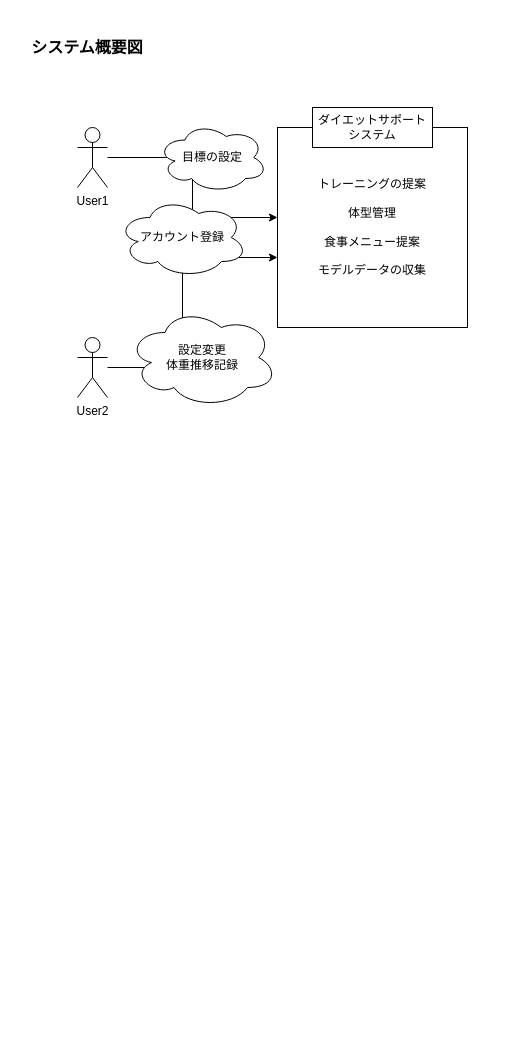
Earlier version of the draw.io diagram tech_present_sudo.drawio (usamaru0606/tech_present_2025). Source tidied: cells renumbered, new cells numbered last; positions are measured from the earlier drawing's top-left corner, leaving out a move shared by most shapes. Both pictures are drawn from the tidied source at 100%, with x=0, y=0 at pixel (27, 17).
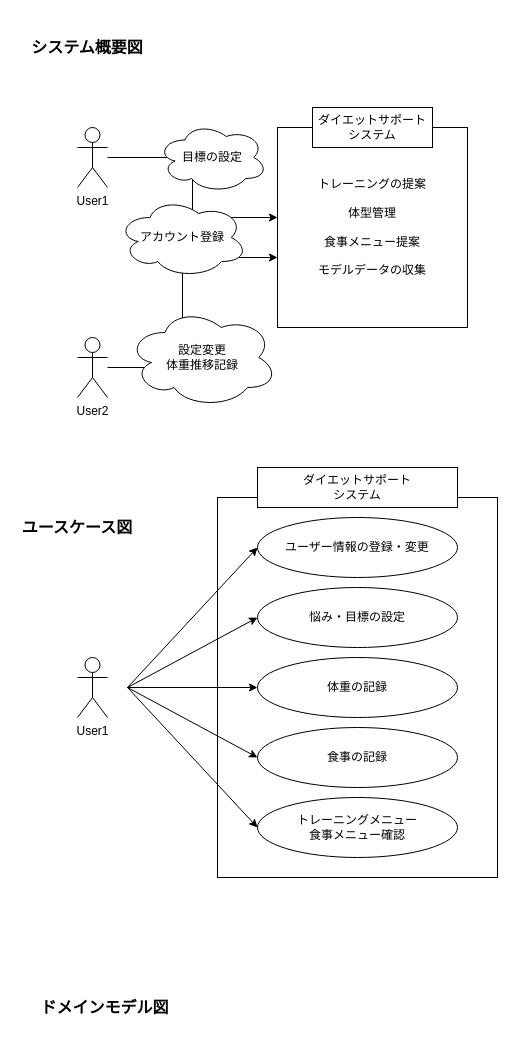
Above is the later version.

Commit message:
ユースケース図追加

Diff of the diagram source:
```diff
@@
+    <mxCell id="12" value="&lt;font style=&quot;font-size: 16px;&quot;&gt;&lt;b style=&quot;&quot;&gt;ユースケース図&lt;/b&gt;&lt;/font&gt;" style="text;html=1;align=center;verticalAlign=middle;whiteSpace=wrap;rounded=0;" parent="1" vertex="1">
+      <mxGeometry x="-10" y="480" width="120" height="60" as="geometry" />
+    </mxCell>
+    <mxCell id="13" value="User1" style="shape=umlActor;verticalLabelPosition=bottom;verticalAlign=top;html=1;" parent="1" vertex="1">
+      <mxGeometry x="50" y="640" width="30" height="60" as="geometry" />
+    </mxCell>
+    <mxCell id="14" style="rounded=0;whiteSpace=wrap;html=1;" parent="1" vertex="1">
+      <mxGeometry x="190" y="480" width="280" height="380" as="geometry" />
+    </mxCell>
+    <mxCell id="15" value="ユーザー情報の登録・変更" style="ellipse;whiteSpace=wrap;html=1;" parent="1" vertex="1">
+      <mxGeometry x="230" y="500" width="200" height="60" as="geometry" />
+    </mxCell>
+    <mxCell id="16" style="endArrow=classic;html=1;rounded=0;entryX=0;entryY=0.5;entryDx=0;entryDy=0;" parent="1" edge="1" target="15">
+      <mxGeometry relative="1" as="geometry">
+        <mxPoint x="100" y="670" as="sourcePoint" />
+      </mxGeometry>
+    </mxCell>
+    <mxCell id="17" value="悩み・目標の設定" style="ellipse;whiteSpace=wrap;html=1;" parent="1" vertex="1">
+      <mxGeometry x="230" y="570" width="200" height="60" as="geometry" />
+    </mxCell>
+    <mxCell id="18" style="endArrow=classic;html=1;rounded=0;entryX=0;entryY=0.5;entryDx=0;entryDy=0;" parent="1" edge="1" target="17">
+      <mxGeometry relative="1" as="geometry">
+        <mxPoint x="100" y="670" as="sourcePoint" />
+      </mxGeometry>
+    </mxCell>
+    <mxCell id="19" value="体重の記録" style="ellipse;whiteSpace=wrap;html=1;" parent="1" vertex="1">
+      <mxGeometry x="230" y="640" width="200" height="60" as="geometry" />
+    </mxCell>
+    <mxCell id="20" style="endArrow=classic;html=1;rounded=0;entryX=0;entryY=0.5;entryDx=0;entryDy=0;" parent="1" edge="1" target="19">
+      <mxGeometry relative="1" as="geometry">
+        <mxPoint x="100" y="670" as="sourcePoint" />
+      </mxGeometry>
+    </mxCell>
+    <mxCell id="21" value="ダイエットサポート&lt;div&gt;システム&lt;/div&gt;" style="rounded=0;whiteSpace=wrap;html=1;" parent="1" vertex="1">
+      <mxGeometry x="230" y="450" width="200" height="40" as="geometry" />
+    </mxCell>
+    <mxCell id="22" value="&lt;div&gt;食事の記録&lt;/div&gt;" style="ellipse;whiteSpace=wrap;html=1;" parent="1" vertex="1">
+      <mxGeometry x="230" y="710" width="200" height="60" as="geometry" />
+    </mxCell>
+    <mxCell id="23" style="endArrow=classic;html=1;rounded=0;entryX=0;entryY=0.5;entryDx=0;entryDy=0;" parent="1" edge="1" target="22">
+      <mxGeometry relative="1" as="geometry">
+        <mxPoint x="100" y="670" as="sourcePoint" />
+      </mxGeometry>
+    </mxCell>
+    <mxCell id="24" value="トレーニングメニュー&lt;div&gt;食事メニュー確認&lt;/div&gt;" style="ellipse;whiteSpace=wrap;html=1;" parent="1" vertex="1">
+      <mxGeometry x="230" y="780" width="200" height="60" as="geometry" />
+    </mxCell>
+    <mxCell id="25" style="endArrow=classic;html=1;rounded=0;entryX=0;entryY=0.5;entryDx=0;entryDy=0;" parent="1" edge="1">
+      <mxGeometry relative="1" as="geometry">
+        <mxPoint x="100" y="670" as="sourcePoint" />
+        <mxPoint x="230" y="810" as="targetPoint" />
+      </mxGeometry>
+    </mxCell>
+    <mxCell id="26" value="&lt;font style=&quot;font-size: 16px;&quot;&gt;&lt;b style=&quot;&quot;&gt;ドメインモデル図&lt;/b&gt;&lt;/font&gt;" style="text;html=1;align=center;verticalAlign=middle;whiteSpace=wrap;rounded=0;" parent="1" vertex="1">
+      <mxGeometry x="10" y="960" width="135" height="60" as="geometry" />
+    </mxCell>
```
